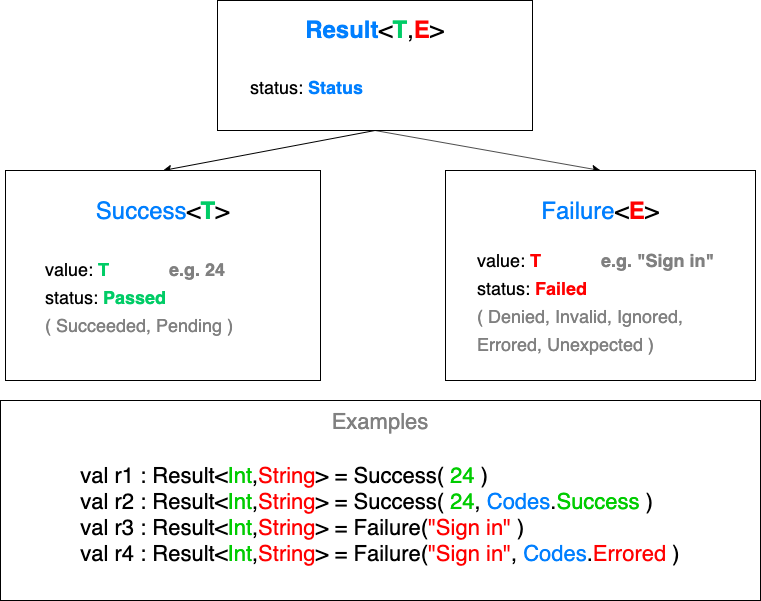
The draw.io diagram assets/app/media/arch/Result_TE.png in slatekit/kiit-site, before a commit. Source tidied: cells renumbered, new cells last; positions are measured from the earlier drawing's top-left corner, leaving out a move shared by most shapes.
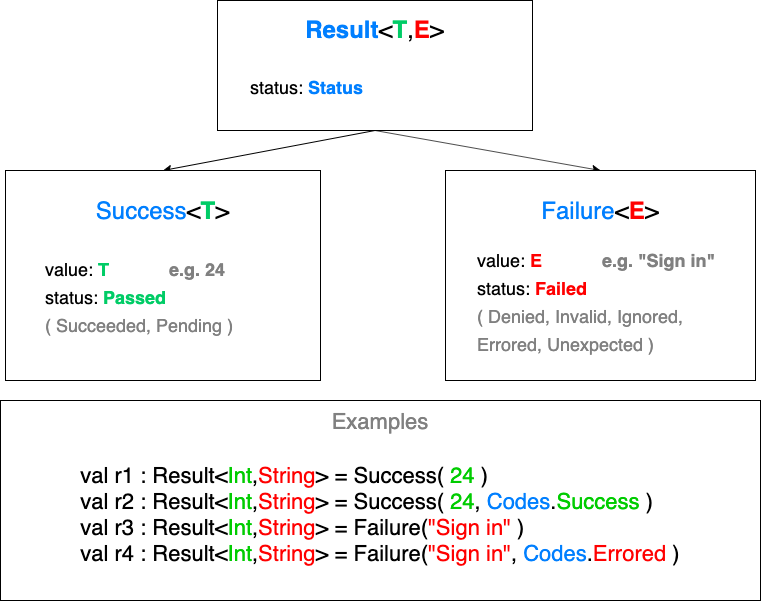
Above is the later version.

Change to the diagram source:
```diff
@@ -29,7 +29,7 @@
     <mxCell id="10" value="&lt;font color=&quot;#007fff&quot;&gt;Failure&lt;/font&gt;&amp;lt;&lt;b&gt;&lt;font color=&quot;#ff0000&quot;&gt;E&lt;/font&gt;&lt;/b&gt;&amp;gt;" style="text;html=1;strokeColor=none;fillColor=none;align=center;verticalAlign=middle;whiteSpace=wrap;rounded=0;fontSize=24;" parent="8" vertex="1">
       <mxGeometry x="35" y="20" width="160" height="40" as="geometry" />
     </mxCell>
-    <mxCell id="11" value="&lt;div&gt;&lt;span style=&quot;font-size: 18px&quot;&gt;value: &lt;b&gt;&lt;font color=&quot;#ff0000&quot;&gt;T&amp;nbsp; &amp;nbsp; &amp;nbsp; &amp;nbsp; &amp;nbsp; &amp;nbsp; &lt;/font&gt;&lt;font color=&quot;#808080&quot;&gt;e.g. &quot;Sign in&quot;&lt;/font&gt;&lt;/b&gt;&lt;/span&gt;&lt;/div&gt;&lt;div&gt;&lt;span style=&quot;font-size: 18px&quot;&gt;status: &lt;b&gt;&lt;font color=&quot;#ff0000&quot;&gt;Failed&lt;/font&gt;&lt;/b&gt;&lt;/span&gt;&lt;span style=&quot;font-size: 18px&quot;&gt;&lt;br&gt;&lt;/span&gt;&lt;/div&gt;&lt;div&gt;&lt;span style=&quot;font-size: 18px&quot;&gt;&lt;font color=&quot;#808080&quot;&gt;( Denied, Invalid, Ignored,&amp;nbsp;&lt;/font&gt;&lt;/span&gt;&lt;/div&gt;&lt;div&gt;&lt;span style=&quot;font-size: 18px&quot;&gt;&lt;font color=&quot;#808080&quot;&gt;Errored, Unexpected )&lt;/font&gt;&lt;/span&gt;&lt;/div&gt;" style="text;html=1;strokeColor=none;fillColor=none;align=left;verticalAlign=middle;whiteSpace=wrap;rounded=0;fontSize=24;" parent="8" vertex="1">
+    <mxCell id="11" value="&lt;div&gt;&lt;span style=&quot;font-size: 18px&quot;&gt;value: &lt;b&gt;&lt;font color=&quot;#ff0000&quot;&gt;E&amp;nbsp; &amp;nbsp; &amp;nbsp; &amp;nbsp; &amp;nbsp; &amp;nbsp;&amp;nbsp;&lt;/font&gt;&lt;font color=&quot;#808080&quot;&gt;e.g. &quot;Sign in&quot;&lt;/font&gt;&lt;/b&gt;&lt;/span&gt;&lt;/div&gt;&lt;div&gt;&lt;span style=&quot;font-size: 18px&quot;&gt;status: &lt;b&gt;&lt;font color=&quot;#ff0000&quot;&gt;Failed&lt;/font&gt;&lt;/b&gt;&lt;/span&gt;&lt;span style=&quot;font-size: 18px&quot;&gt;&lt;br&gt;&lt;/span&gt;&lt;/div&gt;&lt;div&gt;&lt;span style=&quot;font-size: 18px&quot;&gt;&lt;font color=&quot;#808080&quot;&gt;( Denied, Invalid, Ignored,&amp;nbsp;&lt;/font&gt;&lt;/span&gt;&lt;/div&gt;&lt;div&gt;&lt;span style=&quot;font-size: 18px&quot;&gt;&lt;font color=&quot;#808080&quot;&gt;Errored, Unexpected )&lt;/font&gt;&lt;/span&gt;&lt;/div&gt;" style="text;html=1;strokeColor=none;fillColor=none;align=left;verticalAlign=middle;whiteSpace=wrap;rounded=0;fontSize=24;" parent="8" vertex="1">
       <mxGeometry x="-10" y="70" width="260" height="120" as="geometry" />
     </mxCell>
     <mxCell id="12" value="&lt;font style=&quot;font-size: 22px&quot;&gt;&lt;font style=&quot;white-space: normal ; font-size: 22px&quot;&gt;&lt;font color=&quot;#808080&quot; style=&quot;font-size: 22px&quot;&gt;Examples&lt;/font&gt;&lt;br&gt;&lt;/font&gt;&lt;br style=&quot;white-space: normal&quot;&gt;&lt;/font&gt;&lt;div style=&quot;white-space: normal ; text-align: left ; font-size: 22px&quot;&gt;&lt;font style=&quot;font-size: 22px&quot;&gt;val r1 : Result&amp;lt;&lt;font color=&quot;#00cc00&quot; style=&quot;font-size: 22px&quot;&gt;Int&lt;/font&gt;,&lt;font color=&quot;#ff0000&quot; style=&quot;font-size: 22px&quot;&gt;String&lt;/font&gt;&amp;gt; = Success(&amp;nbsp;&lt;font color=&quot;#00cc00&quot; style=&quot;font-size: 22px&quot;&gt;24&lt;/font&gt;&amp;nbsp;)&lt;/font&gt;&lt;/div&gt;&lt;div style=&quot;white-space: normal ; text-align: left ; font-size: 22px&quot;&gt;&lt;font style=&quot;font-size: 22px&quot;&gt;val r2 : Result&amp;lt;&lt;font color=&quot;#00cc00&quot; style=&quot;font-size: 22px&quot;&gt;Int&lt;/font&gt;,&lt;font color=&quot;#ff0000&quot; style=&quot;font-size: 22px&quot;&gt;String&lt;/font&gt;&amp;gt; = Success(&amp;nbsp;&lt;font color=&quot;#00cc00&quot; style=&quot;font-size: 22px&quot;&gt;24&lt;/font&gt;,&amp;nbsp;&lt;span style=&quot;color: rgb(0 , 127 , 255)&quot;&gt;Codes&lt;/span&gt;.&lt;font color=&quot;#00cc00&quot; style=&quot;font-size: 22px&quot;&gt;Success&lt;/font&gt;&amp;nbsp;)&lt;/font&gt;&lt;/div&gt;&lt;div style=&quot;white-space: normal ; text-align: left ; font-size: 22px&quot;&gt;&lt;font style=&quot;font-size: 22px&quot;&gt;val r3 : Result&amp;lt;&lt;font color=&quot;#00cc00&quot; style=&quot;font-size: 22px&quot;&gt;Int&lt;/font&gt;,&lt;font color=&quot;#ff0000&quot; style=&quot;font-size: 22px&quot;&gt;String&lt;/font&gt;&amp;gt; = Failure(&lt;font color=&quot;#ff0000&quot; style=&quot;font-size: 22px&quot;&gt;&quot;Sign in&quot;&lt;/font&gt;&lt;font color=&quot;#ff0000&quot; style=&quot;font-size: 22px&quot;&gt;&amp;nbsp;&lt;/font&gt;)&lt;/font&gt;&lt;/div&gt;&lt;div style=&quot;white-space: normal ; text-align: left ; font-size: 22px&quot;&gt;&lt;font style=&quot;font-size: 22px&quot;&gt;val r4 : Result&amp;lt;&lt;font color=&quot;#00cc00&quot; style=&quot;font-size: 22px&quot;&gt;Int&lt;/font&gt;,&lt;font color=&quot;#ff0000&quot; style=&quot;font-size: 22px&quot;&gt;String&lt;/font&gt;&amp;gt; = Failure(&lt;font color=&quot;#ff0000&quot; style=&quot;font-size: 22px&quot;&gt;&quot;Sign in&quot;&lt;/font&gt;,&amp;nbsp;&lt;font color=&quot;#007fff&quot; style=&quot;font-size: 22px&quot;&gt;Codes&lt;/font&gt;.&lt;font color=&quot;#ff0000&quot; style=&quot;font-size: 22px&quot;&gt;Errored&lt;/font&gt;&amp;nbsp;)&lt;br&gt;&lt;/font&gt;&lt;/div&gt;&lt;span style=&quot;font-family: &amp;#34;comic sans ms&amp;#34; ; font-weight: 700 ; white-space: normal ; color: rgb(255 , 0 , 0) ; font-size: 22px&quot;&gt;&lt;br&gt;&lt;/span&gt;" style="rounded=0;whiteSpace=wrap;html=1;fontSize=24;" parent="1" vertex="1">
```
